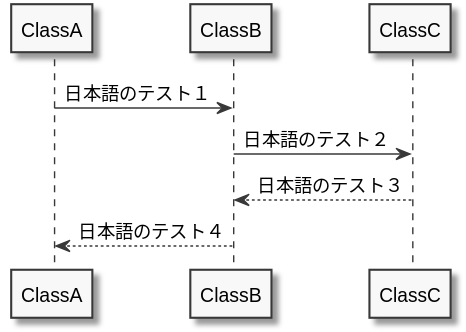
This is docs/Chapter02/images/diag-sequence-sample1.svg from h1romas4/asciidoctor-gradle-template, a PlantUML export, as it was before one commit. Its source is kept beside it as src/docs/asciidoc/Chapter02/diag-sequence-sample1.puml. Source of this version:
```plantuml
@startuml diag-sequence-sample1
skinparam monochrome true
ClassA -> ClassB: 日本語のテスト１
ClassB -> ClassC: 日本語のテスト２
ClassC --> ClassB: 日本語のテスト３
ClassB --> ClassA: 日本語のテスト４
@enduml
```
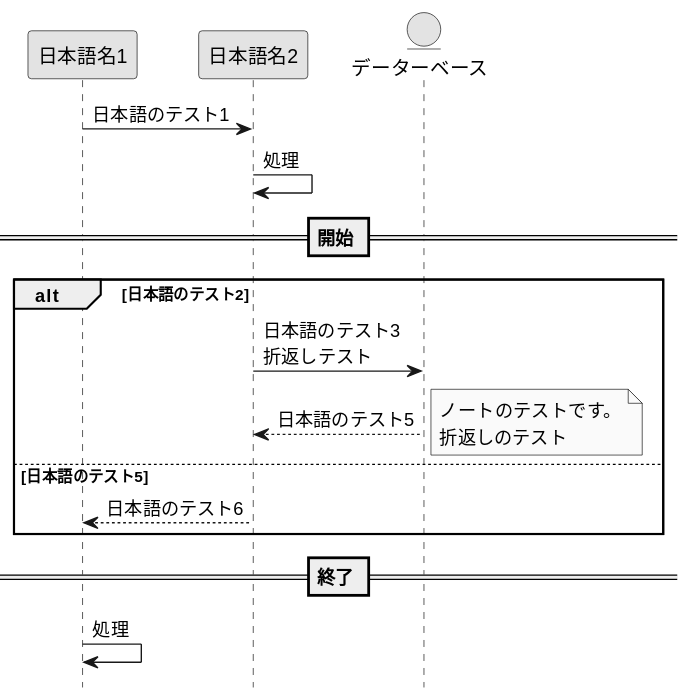
After the commit.

Diff of the diagram source:
```diff
@@ -1,7 +1,19 @@
 @startuml diag-sequence-sample1
 skinparam monochrome true
-ClassA -> ClassB: 日本語のテスト１
-ClassB -> ClassC: 日本語のテスト２
-ClassC --> ClassB: 日本語のテスト３
-ClassB --> ClassA: 日本語のテスト４
+hide footbox
+participant "日本語名1" as Test1
+participant "日本語名2" as Test2
+entity データーベース as Entity
+Test1 -> Test2: 日本語のテスト1
+Test2 -> Test2: 処理
+== 開始 ==
+alt 日本語のテスト2
+Test2 -> Entity: 日本語のテスト3\n折返しテスト
+Entity --> Test2: 日本語のテスト5
+note right: ノートのテストです。\n折返しのテスト
+else 日本語のテスト5
+Test2 --> Test1: 日本語のテスト6
+end
+== 終了 ==
+Test1 -> Test1: 処理
 @enduml
```
